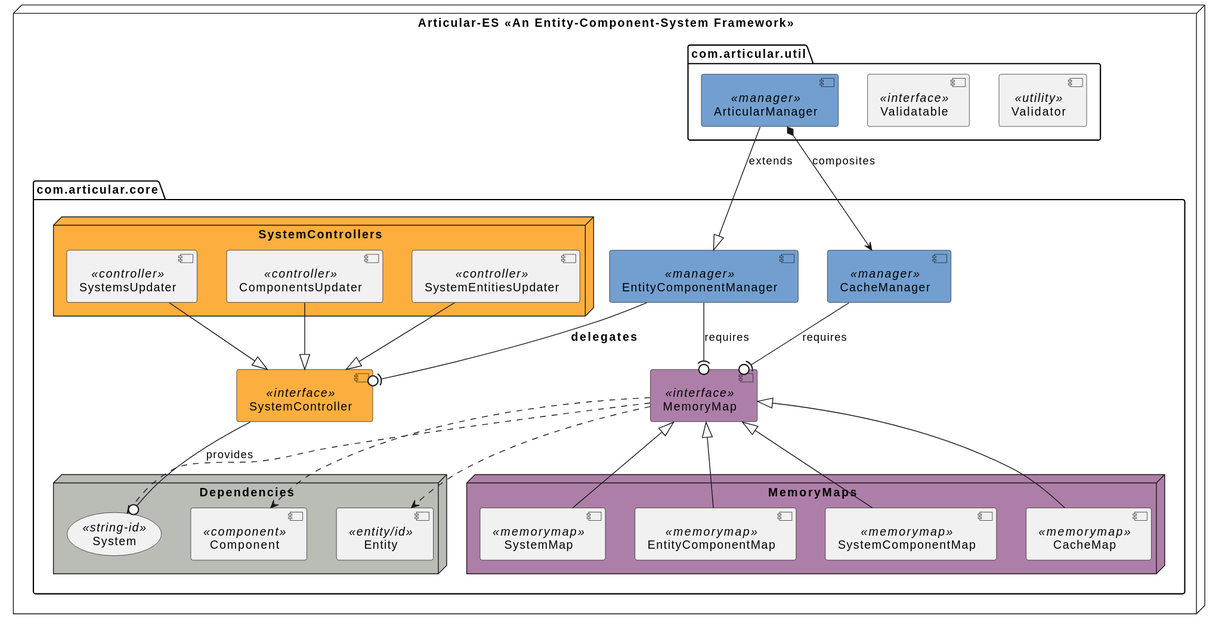
Above: .assets/component-interface-design.svg in Electrostat-Lab/Articular-ES (PlantUML), before the change. Its diagram source:
```plantuml
@startuml

node "Articular-ES <<An Entity-Component-System Framework>>" {
    package "com.articular.core"
    package "com.articular.util"
}

package "com.articular.core" {
    [MemoryMap] <<interface>> #AD7FA8
    [SystemController] <<interface>> #FCAF3E
    [EntityComponentManager] <<manager>> #729FCF
    [CacheManager] <<manager>> #729FCF
    [EntityComponentManager] --(0 MemoryMap : requires
    [CacheManager] --(0 MemoryMap : requires
    [EntityComponentManager] --(0 SystemController : ===delegates

    node "SystemControllers" #FCAF3E {
        [SystemsUpdater] <<controller>>
        [ComponentsUpdater] <<controller>>
        [SystemEntitiesUpdater] <<controller>>

        [SystemsUpdater] --|> [SystemController]
        [ComponentsUpdater] --|> [SystemController]
        [SystemEntitiesUpdater] --|> [SystemController]
    }

    node "Dependencies" #BABDB6 {
        (System) <<string-id>>
        [Component] <<component>>
        [Entity] <<entity/id>>

        [MemoryMap] ..> [Component]
        [MemoryMap] ..> [Entity]
        [MemoryMap] ..> (System)
        [SystemController] --0 (System) : provides
    }

    node "MemoryMaps" #AD7FA8 {
        [SystemMap] <<memorymap>>
        [EntityComponentMap] <<memorymap>>
        [SystemComponentMap] <<memorymap>>
        [CacheMap] <<memorymap>>

        [MemoryMap] <|-- [SystemMap]
        [MemoryMap] <|-- [EntityComponentMap]
        [MemoryMap] <|-- [SystemComponentMap]
        [MemoryMap] <|-- [CacheMap]
    }
}

package "com.articular.util" {
    [Validator] <<utility>>
    [Validatable] <<interface>>
    [ArticularManager] <<manager>> #729FCF
    [ArticularManager] --|> [EntityComponentManager] : extends
    [ArticularManager] *--> [CacheManager] : composites
}
@enduml
```
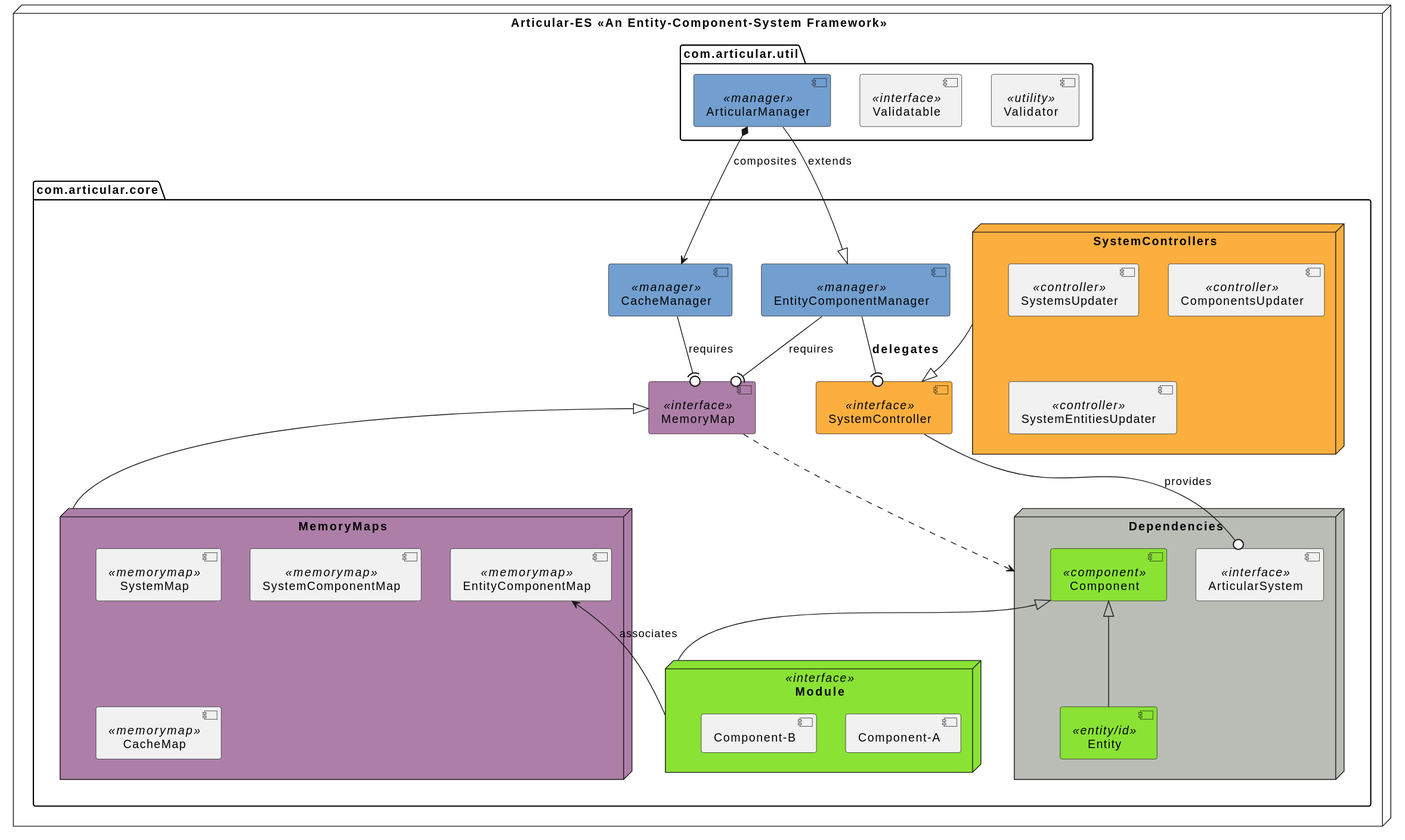
After the change.

The edit, as a diff of the source:
```diff
@@ -14,37 +14,40 @@
     [CacheManager] --(0 MemoryMap : requires
     [EntityComponentManager] --(0 SystemController : ===delegates
 
+    node "Module" <<interface>> #8AE234 {
+        [Component-A]
+        [Component-B]
+    }
+
     node "SystemControllers" #FCAF3E {
         [SystemsUpdater] <<controller>>
         [ComponentsUpdater] <<controller>>
         [SystemEntitiesUpdater] <<controller>>
 
-        [SystemsUpdater] --|> [SystemController]
-        [ComponentsUpdater] --|> [SystemController]
-        [SystemEntitiesUpdater] --|> [SystemController]
+        "SystemControllers" --|> [SystemController]
     }
 
     node "Dependencies" #BABDB6 {
-        (System) <<string-id>>
-        [Component] <<component>>
-        [Entity] <<entity/id>>
+        [ArticularSystem] <<interface>>
+        [Component] <<component>> #8AE234
+        [Entity] <<entity/id>> #8AE234
 
-        [MemoryMap] ..> [Component]
-        [MemoryMap] ..> [Entity]
-        [MemoryMap] ..> (System)
-        [SystemController] --0 (System) : provides
+        [MemoryMap] ..> "Dependencies"
+        [SystemController] --0 [ArticularSystem] : provides
+
+        [Component] <|-- [Entity]
+        [Component] <|-- [Module]
     }
 
     node "MemoryMaps" #AD7FA8 {
+        [MemoryMap] <|-- "MemoryMaps"
+
         [SystemMap] <<memorymap>>
         [EntityComponentMap] <<memorymap>>
         [SystemComponentMap] <<memorymap>>
         [CacheMap] <<memorymap>>
 
-        [MemoryMap] <|-- [SystemMap]
-        [MemoryMap] <|-- [EntityComponentMap]
-        [MemoryMap] <|-- [SystemComponentMap]
-        [MemoryMap] <|-- [CacheMap]
+        [EntityComponentMap] <-- [Module] : associates
     }
 }
 
```
